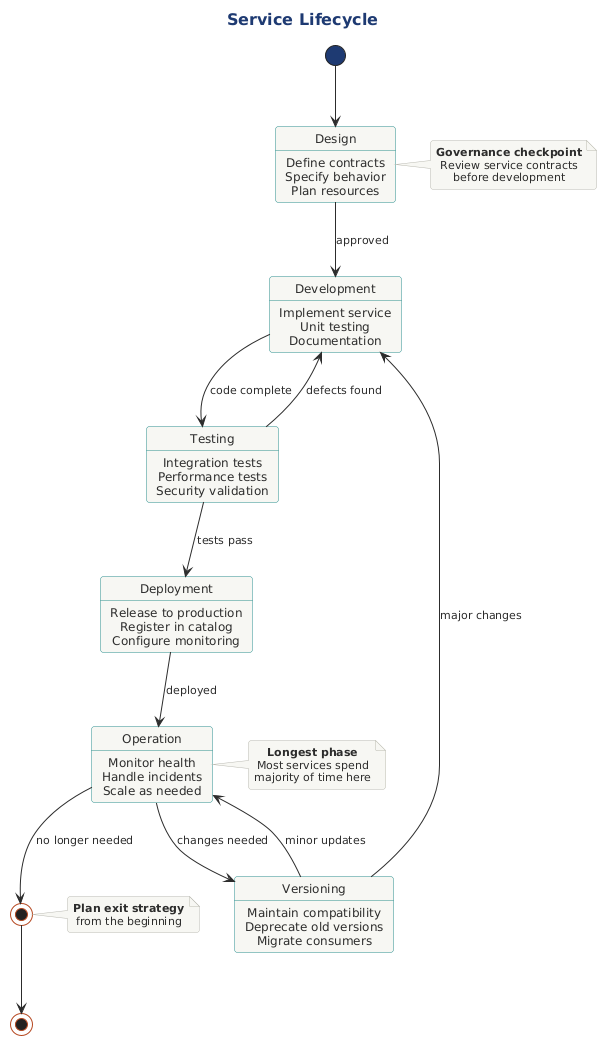
Before: src/architecture/views-and-beyond/style-catalogs/component-and-connector/service-oriented-architecture-style/png/service-lifecycle.png, a diagram exported from PlantUML (Notoriousjayy/latex-docs). The source it was exported from:
```plantuml
@startuml service-lifecycle
!include ../../../../../../tooling/styles/plantuml/behavioral/statemachine-diagram-style.iuml

!define ACTIVE #4A90A4
!define TRANSITION #E8A838
!define LIGHTBG #F8F9FA


title Service Lifecycle

[*] --> Design

state "Design" as Design <<active>> : Define contracts\nSpecify behavior\nPlan resources

Design --> Development : approved

state "Development" as Development <<active>> : Implement service\nUnit testing\nDocumentation

Development --> Testing : code complete

state "Testing" as Testing <<transition>> : Integration tests\nPerformance tests\nSecurity validation

Testing --> Development : defects found
Testing --> Deployment : tests pass

state "Deployment" as Deployment <<transition>> : Release to production\nRegister in catalog\nConfigure monitoring

Deployment --> Operation : deployed

state "Operation" as Operation <<active>> : Monitor health\nHandle incidents\nScale as needed

Operation --> Versioning : changes needed

state "Versioning" as Versioning <<transition>> : Maintain compatibility\nDeprecate old versions\nMigrate consumers

Versioning --> Development : major changes
Versioning --> Operation : minor updates

Operation --> Retirement : no longer needed

state "Retirement" as Retirement <<end>> : Notify consumers\nMigrate dependencies\nDecommission

Retirement --> [*]

note right of Design
  **Governance checkpoint**
  Review service contracts
  before development
end note

note right of Operation
  **Longest phase**
  Most services spend
  majority of time here
end note

note right of Retirement
  **Plan exit strategy**
  from the beginning
end note

@enduml
```
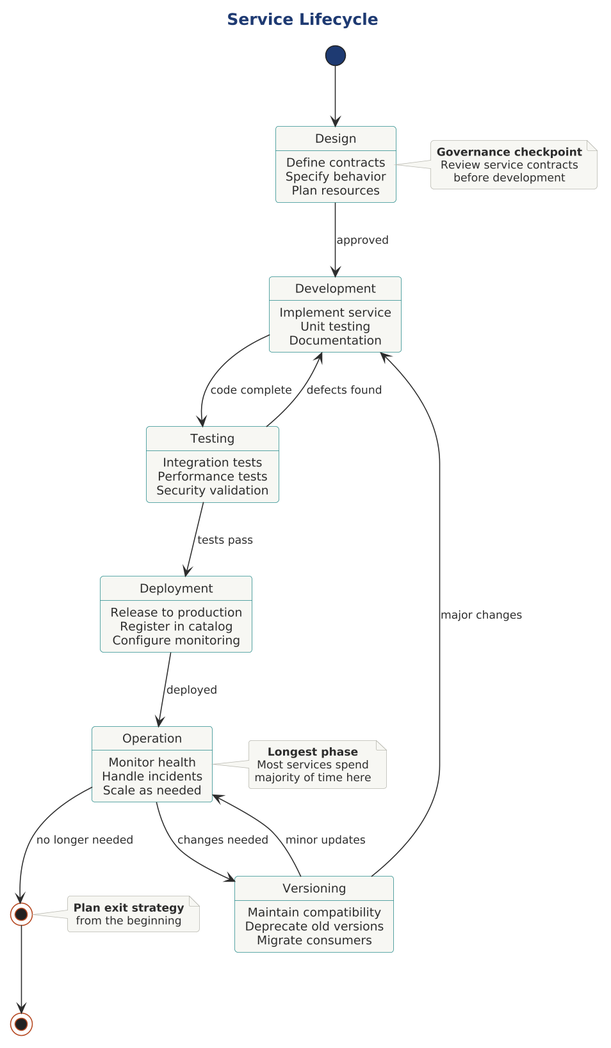
Later version of the same file.

Diff of the diagram source:
```diff
@@ -1,10 +1,14 @@
 @startuml service-lifecycle
+
+skinparam dpi 150
+
+
+
 !include ../../../../../../tooling/styles/plantuml/behavioral/statemachine-diagram-style.iuml
 
-!define ACTIVE #4A90A4
-!define TRANSITION #E8A838
-!define LIGHTBG #F8F9FA
-
+!define ACTIVE $line_dynamic
+!define TRANSITION $line_caution
+!define LIGHTBG $fill_primary
 
 title Service Lifecycle
 
```
